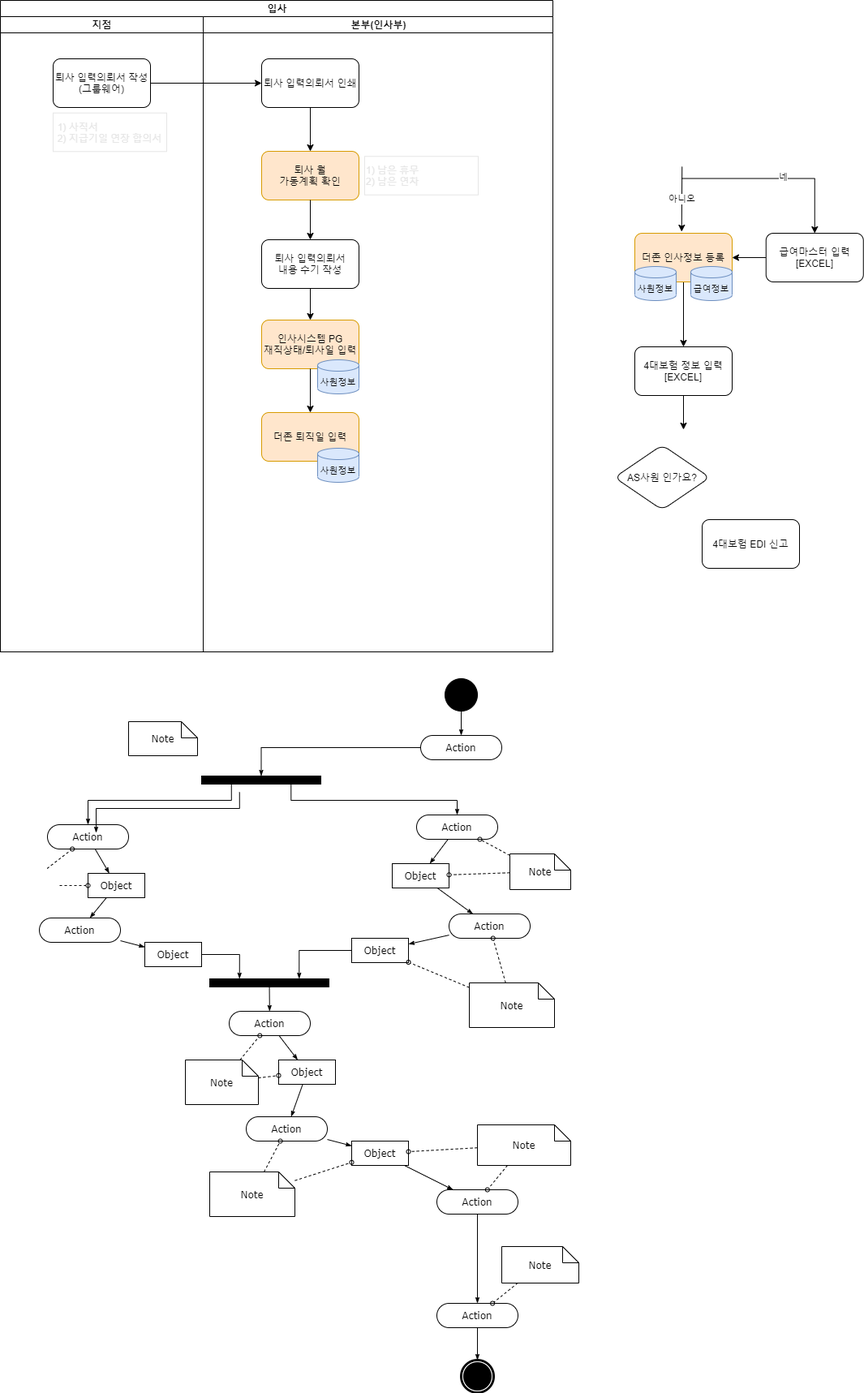
Earlier version of the draw.io export Insa_Resignation.drawio의 복사본.png (seunggeunjo/Flow-Chart). Source tidied: cells renumbered, new cells last; positions are measured from the earlier drawing's top-left corner, leaving out a move shared by most shapes.
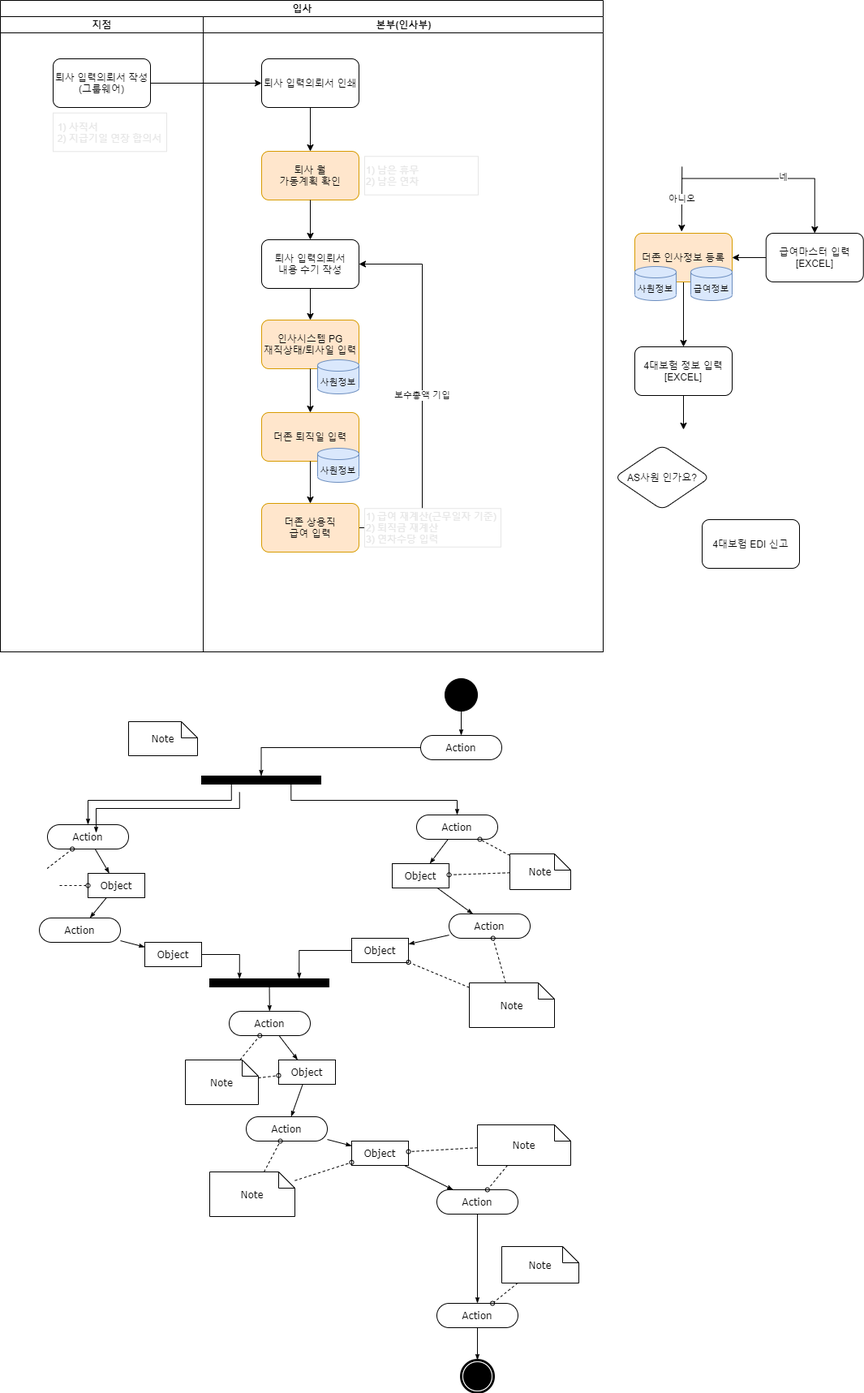
After the change.

Commit message:
Insa_Resignation.drawio의 복사본.png 업데이트

What changed in the source:
```diff
@@ -3,7 +3,7 @@
     <mxCell id="0" />
     <mxCell id="1" parent="0" />
     <mxCell id="2" value="입사" style="swimlane;html=1;startSize=20;rounded=0;shadow=0;comic=0;labelBackgroundColor=none;strokeWidth=1;fontFamily=Verdana;fontSize=12;align=center;" parent="1" vertex="1">
-      <mxGeometry width="681" height="803" as="geometry" />
+      <mxGeometry width="743" height="803" as="geometry" />
     </mxCell>
     <mxCell id="3" value="지점" style="swimlane;html=1;startSize=20;" parent="2" vertex="1">
       <mxGeometry y="20" width="250" height="783" as="geometry" />
@@ -18,7 +18,7 @@
       <mxGeometry relative="1" as="geometry" />
     </mxCell>
     <mxCell id="7" value="본부(인사부)" style="swimlane;html=1;startSize=20;" parent="2" vertex="1">
-      <mxGeometry x="250" y="20" width="431" height="783" as="geometry" />
+      <mxGeometry x="250" y="20" width="493" height="783" as="geometry" />
     </mxCell>
     <mxCell id="8" value="퇴사 입력의뢰서 인쇄" style="whiteSpace=wrap;html=1;rounded=1;" parent="7" vertex="1">
       <mxGeometry x="72" y="52" width="120" height="60" as="geometry" />
@@ -101,6 +101,23 @@
     <mxCell id="30" value="&lt;div&gt;&lt;span&gt;&lt;br&gt;&lt;/span&gt;&lt;/div&gt;&lt;div&gt;&lt;span&gt;사원정보&lt;/span&gt;&lt;/div&gt;" style="strokeWidth=1;html=1;shape=mxgraph.flowchart.database;whiteSpace=wrap;fontSize=11;fillColor=#dae8fc;strokeColor=#6c8ebf;align=center;" parent="7" vertex="1">
       <mxGeometry x="141" y="532" width="51" height="42" as="geometry" />
     </mxCell>
+    <mxCell id="92" value="&lt;font color=&quot;#000000&quot;&gt;보수총액 기입&lt;/font&gt;" style="edgeStyle=orthogonalEdgeStyle;rounded=0;jettySize=auto;html=1;exitX=1;exitY=0.5;exitDx=0;exitDy=0;entryX=1;entryY=0.5;entryDx=0;entryDy=0;fontColor=#E6E6E6;" parent="7" edge="1" source="93" target="24">
+      <mxGeometry relative="1" as="geometry">
+        <Array as="points">
+          <mxPoint x="270" y="630" />
+          <mxPoint x="270" y="305" />
+        </Array>
+      </mxGeometry>
+    </mxCell>
+    <mxCell id="93" value="더존 상용직&lt;br&gt;급여 입력" style="whiteSpace=wrap;html=1;rounded=1;strokeColor=#d79b00;fillColor=#ffe6cc;" parent="7" vertex="1">
+      <mxGeometry x="72" y="600" width="120" height="60" as="geometry" />
+    </mxCell>
+    <mxCell id="94" style="edgeStyle=orthogonalEdgeStyle;rounded=0;jettySize=auto;html=1;fontColor=#E6E6E6;" parent="7" edge="1" source="28" target="93">
+      <mxGeometry relative="1" as="geometry" />
+    </mxCell>
+    <mxCell id="95" value="&lt;div&gt;&lt;span&gt;&lt;font color=&quot;#e6e6e6&quot;&gt;1) 급여 재계산(근무일자 기준)&lt;/font&gt;&lt;/span&gt;&lt;/div&gt;&lt;div&gt;&lt;span&gt;&lt;font color=&quot;#e6e6e6&quot;&gt;2) 퇴직금 재계산&lt;/font&gt;&lt;/span&gt;&lt;/div&gt;&lt;div&gt;&lt;span&gt;&lt;font color=&quot;#e6e6e6&quot;&gt;3) 연차수당 입력&lt;/font&gt;&lt;/span&gt;&lt;/div&gt;" style="whiteSpace=wrap;html=1;align=left;newEdgeStyle={&quot;edgeStyle&quot;:&quot;elbowEdgeStyle&quot;,&quot;startArrow&quot;:&quot;none&quot;,&quot;endArrow&quot;:&quot;none&quot;};strokeColor=#E6E6E6;" parent="7" vertex="1">
+      <mxGeometry x="199" y="606.2" width="168" height="47.5" as="geometry" />
+    </mxCell>
     <mxCell id="31" style="edgeStyle=none;rounded=0;html=1;labelBackgroundColor=none;startArrow=none;startFill=0;startSize=5;endArrow=classicThin;endFill=1;endSize=5;jettySize=auto;strokeWidth=1;fontFamily=Verdana;fontSize=12;" parent="1" edge="1" source="32" target="35">
       <mxGeometry relative="1" as="geometry" />
     </mxCell>
```
